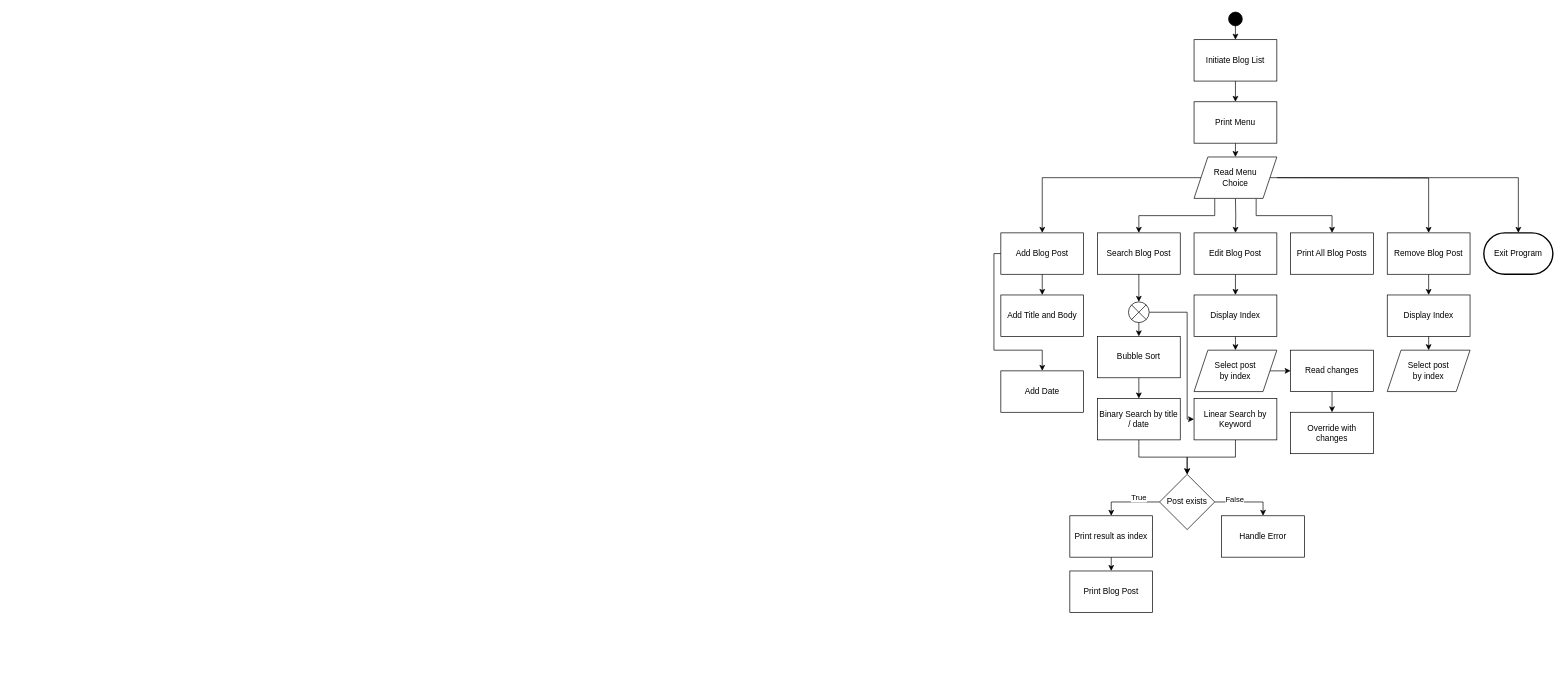
Before: Blog.drawio in rwiman/Blog-Csharp, a draw.io diagram. Source tidied: cells renumbered, new cells numbered last; positions are measured from the earlier drawing's top-left corner, leaving out a move shared by most shapes. Both pictures are drawn from the tidied source at 69%, with x=0, y=0 at pixel (994, 12).
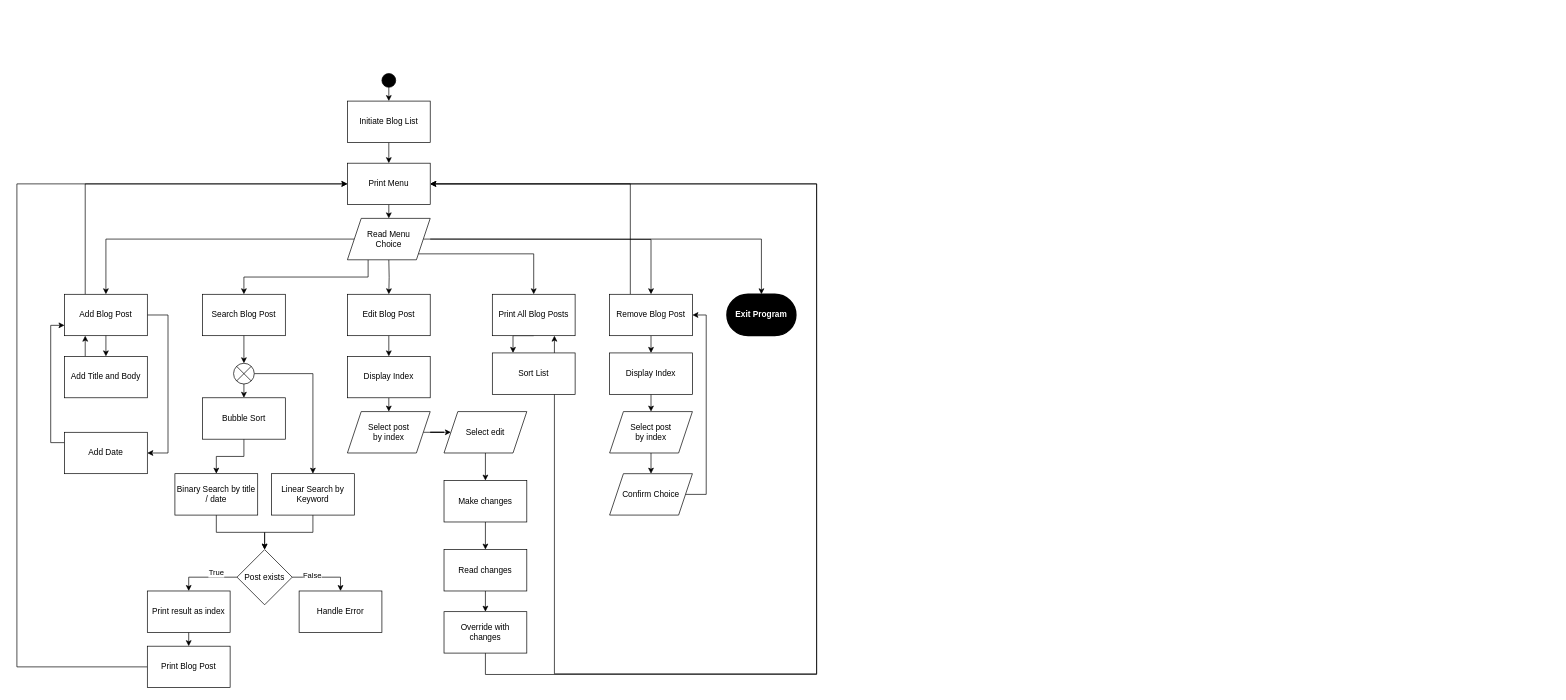
The same diagram, later.

The edit, as a diff of the source:
```diff
@@
     <mxCell id="3" style="ellipse;whiteSpace=wrap;html=1;fillColor=#000000;" parent="1" vertex="1">
-      <mxGeometry x="340" width="20" height="20" as="geometry" />
+      <mxGeometry x="-887" y="89" width="20" height="20" as="geometry" />
     </mxCell>
-    <mxCell id="4" style="edgeStyle=orthogonalEdgeStyle;rounded=0;jettySize=auto;html=1;exitX=0;exitY=0.5;exitDx=0;exitDy=0;" parent="1" edge="1" source="5" target="23">
+    <mxCell id="4" style="edgeStyle=orthogonalEdgeStyle;rounded=0;jettySize=auto;html=1;exitX=1;exitY=0.5;exitDx=0;exitDy=0;entryX=1;entryY=0.5;entryDx=0;entryDy=0;" parent="1" edge="1" source="5" target="23">
       <mxGeometry relative="1" as="geometry">
         <Array as="points">
-          <mxPoint y="350" />
-          <mxPoint y="490" />
-          <mxPoint x="70" y="490" />
+          <mxPoint x="-1197" y="439" />
+          <mxPoint x="-1197" y="639" />
         </Array>
       </mxGeometry>
     </mxCell>
+    <mxCell id="58" style="edgeStyle=orthogonalEdgeStyle;rounded=0;jettySize=auto;html=1;exitX=0.25;exitY=0;exitDx=0;exitDy=0;entryX=0;entryY=0.5;entryDx=0;entryDy=0;" parent="1" edge="1" source="5" target="44">
+      <mxGeometry relative="1" as="geometry" />
+    </mxCell>
     <mxCell id="5" value="Add Blog Post" style="rounded=0;whiteSpace=wrap;html=1;" parent="1" vertex="1">
-      <mxGeometry x="10" y="320" width="120" height="60" as="geometry" />
+      <mxGeometry x="-1347" y="409" width="120" height="60" as="geometry" />
     </mxCell>
@@
     <mxCell id="7" value="Search Blog Post" style="rounded=0;whiteSpace=wrap;html=1;" parent="1" vertex="1">
-      <mxGeometry x="150" y="320" width="120" height="60" as="geometry" />
+      <mxGeometry x="-1147" y="409" width="120" height="60" as="geometry" />
     </mxCell>
@@
     <mxCell id="9" value="Edit Blog Post" style="rounded=0;whiteSpace=wrap;html=1;" parent="1" vertex="1">
-      <mxGeometry x="290" y="320" width="120" height="60" as="geometry" />
+      <mxGeometry x="-937" y="409" width="120" height="60" as="geometry" />
     </mxCell>
@@
+    <mxCell id="59" style="edgeStyle=orthogonalEdgeStyle;rounded=0;jettySize=auto;html=1;exitX=0.25;exitY=0;exitDx=0;exitDy=0;entryX=1;entryY=0.5;entryDx=0;entryDy=0;" parent="1" edge="1" source="11" target="44">
+      <mxGeometry relative="1" as="geometry" />
+    </mxCell>
     <mxCell id="11" value="Remove Blog Post" style="rounded=0;whiteSpace=wrap;html=1;" parent="1" vertex="1">
-      <mxGeometry x="570" y="320" width="120" height="60" as="geometry" />
+      <mxGeometry x="-557" y="409" width="120" height="60" as="geometry" />
     </mxCell>
+    <mxCell id="60" style="edgeStyle=orthogonalEdgeStyle;rounded=0;jettySize=auto;html=1;exitX=0.5;exitY=1;exitDx=0;exitDy=0;entryX=0.25;entryY=0;entryDx=0;entryDy=0;" parent="1" edge="1" source="12" target="69">
+      <mxGeometry relative="1" as="geometry" />
+    </mxCell>
     <mxCell id="12" value="Print All Blog Posts" style="rounded=0;whiteSpace=wrap;html=1;" parent="1" vertex="1">
-      <mxGeometry x="430" y="320" width="120" height="60" as="geometry" />
+      <mxGeometry x="-727" y="409" width="120" height="60" as="geometry" />
     </mxCell>
-    <mxCell id="13" style="edgeStyle=orthogonalEdgeStyle;rounded=0;jettySize=auto;html=1;exitX=0;exitY=0.5;exitDx=0;exitDy=0;entryX=0.5;entryY=0;entryDx=0;entryDy=0;" parent="1" edge="1" source="42" target="5">
-      <mxGeometry relative="1" as="geometry" />
-    </mxCell>
@@
     <mxCell id="15" style="edgeStyle=orthogonalEdgeStyle;rounded=0;jettySize=auto;html=1;exitX=0.5;exitY=1;exitDx=0;exitDy=0;entryX=0.5;entryY=0;entryDx=0;entryDy=0;" parent="1" edge="1" target="9">
       <mxGeometry relative="1" as="geometry">
-        <mxPoint x="350" y="270" as="sourcePoint" />
+        <mxPoint x="-877" y="359" as="sourcePoint" />
       </mxGeometry>
     </mxCell>
-    <mxCell id="16" style="edgeStyle=orthogonalEdgeStyle;rounded=0;jettySize=auto;html=1;exitX=0.75;exitY=1;exitDx=0;exitDy=0;entryX=0.5;entryY=0;entryDx=0;entryDy=0;" parent="1" edge="1" source="42" target="12">
-      <mxGeometry relative="1" as="geometry" />
-    </mxCell>
     <mxCell id="17" style="edgeStyle=orthogonalEdgeStyle;rounded=0;jettySize=auto;html=1;exitX=1;exitY=0.5;exitDx=0;exitDy=0;entryX=0.5;entryY=0;entryDx=0;entryDy=0;" parent="1" edge="1" target="11">
       <mxGeometry relative="1" as="geometry">
-        <mxPoint x="410" y="240" as="sourcePoint" />
+        <mxPoint x="-817" y="329" as="sourcePoint" />
       </mxGeometry>
     </mxCell>
     <mxCell id="18" style="edgeStyle=orthogonalEdgeStyle;rounded=0;orthogonalLoop=1;jettySize=auto;html=1;exitX=0.5;exitY=0;exitDx=0;exitDy=0;" parent="1" edge="1">
       <mxGeometry relative="1" as="geometry">
-        <mxPoint x="350" y="210" as="sourcePoint" />
-        <mxPoint x="350" y="209.3" as="targetPoint" />
+        <mxPoint x="-877" y="299" as="sourcePoint" />
+        <mxPoint x="-877" y="298.3" as="targetPoint" />
       </mxGeometry>
     </mxCell>
     <mxCell id="19" style="edgeStyle=orthogonalEdgeStyle;rounded=0;jettySize=auto;html=1;exitX=0.25;exitY=1;exitDx=0;exitDy=0;entryX=0.25;entryY=1;entryDx=0;entryDy=0;" parent="1" edge="1" target="42">
       <mxGeometry relative="1" as="geometry">
-        <mxPoint x="320" y="270" as="sourcePoint" />
+        <mxPoint x="-907" y="359" as="sourcePoint" />
       </mxGeometry>
     </mxCell>
@@
     <mxCell id="21" value="Initiate Blog List" style="rounded=0;whiteSpace=wrap;html=1;" parent="1" vertex="1">
-      <mxGeometry x="290" y="40" width="120" height="60" as="geometry" />
+      <mxGeometry x="-937" y="129" width="120" height="60" as="geometry" />
     </mxCell>
+    <mxCell id="61" style="edgeStyle=orthogonalEdgeStyle;rounded=0;jettySize=auto;html=1;exitX=0.25;exitY=0;exitDx=0;exitDy=0;entryX=0.25;entryY=1;entryDx=0;entryDy=0;" parent="1" edge="1" source="22" target="5">
+      <mxGeometry relative="1" as="geometry" />
+    </mxCell>
     <mxCell id="22" value="Add Title and Body" style="rounded=0;whiteSpace=wrap;html=1;" parent="1" vertex="1">
-      <mxGeometry x="10" y="410" width="120" height="60" as="geometry" />
+      <mxGeometry x="-1347" y="499" width="120" height="60" as="geometry" />
     </mxCell>
+    <mxCell id="62" style="edgeStyle=orthogonalEdgeStyle;rounded=0;jettySize=auto;html=1;exitX=0;exitY=0.25;exitDx=0;exitDy=0;entryX=0;entryY=0.75;entryDx=0;entryDy=0;" parent="1" edge="1" source="23" target="5">
+      <mxGeometry relative="1" as="geometry" />
+    </mxCell>
     <mxCell id="23" value="Add Date" style="rounded=0;whiteSpace=wrap;html=1;" parent="1" vertex="1">
-      <mxGeometry x="10" y="520" width="120" height="60" as="geometry" />
+      <mxGeometry x="-1347" y="609" width="120" height="60" as="geometry" />
     </mxCell>
@@
     <mxCell id="25" value="Binary Search by title / date" style="rounded=0;whiteSpace=wrap;html=1;" parent="1" vertex="1">
-      <mxGeometry x="150" y="560" width="120" height="60" as="geometry" />
+      <mxGeometry x="-1187" y="669" width="120" height="60" as="geometry" />
     </mxCell>
@@
     <mxCell id="27" value="Linear Search by Keyword" style="rounded=0;whiteSpace=wrap;html=1;" parent="1" vertex="1">
-      <mxGeometry x="290" y="560" width="120" height="60" as="geometry" />
+      <mxGeometry x="-1047" y="669" width="120" height="60" as="geometry" />
     </mxCell>
@@
     <mxCell id="29" value="Bubble Sort" style="rounded=0;whiteSpace=wrap;html=1;" parent="1" vertex="1">
-      <mxGeometry x="150" y="470" width="120" height="60" as="geometry" />
+      <mxGeometry x="-1147" y="559" width="120" height="60" as="geometry" />
     </mxCell>
@@
     <mxCell id="31" value="Print result as index" style="rounded=0;whiteSpace=wrap;html=1;" parent="1" vertex="1">
-      <mxGeometry x="110" y="730" width="120" height="60" as="geometry" />
+      <mxGeometry x="-1227" y="839" width="120" height="60" as="geometry" />
     </mxCell>
@@
+    <mxCell id="63" style="edgeStyle=orthogonalEdgeStyle;rounded=0;jettySize=auto;html=1;exitX=0;exitY=0.5;exitDx=0;exitDy=0;entryX=0;entryY=0.5;entryDx=0;entryDy=0;" parent="1" edge="1" source="33" target="44">
+      <mxGeometry relative="1" as="geometry">
+        <Array as="points">
+          <mxPoint x="-1416" y="949" />
+          <mxPoint x="-1416" y="249" />
+        </Array>
+      </mxGeometry>
+    </mxCell>
     <mxCell id="33" value="Print Blog Post" style="rounded=0;whiteSpace=wrap;html=1;" parent="1" vertex="1">
-      <mxGeometry x="110" y="810" width="120" height="60" as="geometry" />
+      <mxGeometry x="-1227" y="919" width="120" height="60" as="geometry" />
     </mxCell>
@@
     <mxCell id="38" value="Post exists" style="rhombus;whiteSpace=wrap;html=1;" parent="1" vertex="1">
-      <mxGeometry x="240" y="670" width="80" height="80" as="geometry" />
+      <mxGeometry x="-1097" y="779" width="80" height="80" as="geometry" />
     </mxCell>
     <mxCell id="39" value="Handle Error" style="rounded=0;whiteSpace=wrap;html=1;" parent="1" vertex="1">
-      <mxGeometry x="330" y="730" width="120" height="60" as="geometry" />
+      <mxGeometry x="-1007" y="839" width="120" height="60" as="geometry" />
     </mxCell>
-    <mxCell id="40" value="Exit Program" style="strokeWidth=2;html=1;shape=mxgraph.flowchart.terminator;whiteSpace=wrap;" parent="1" vertex="1">
-      <mxGeometry x="710" y="320" width="100" height="60" as="geometry" />
+    <mxCell id="40" value="Exit Program" style="strokeWidth=2;html=1;shape=mxgraph.flowchart.terminator;whiteSpace=wrap;fillColor=#000000;fontColor=#FFFFFF;fontStyle=1;" parent="1" vertex="1">
+      <mxGeometry x="-387" y="409" width="100" height="60" as="geometry" />
     </mxCell>
@@
+    <mxCell id="16" style="edgeStyle=orthogonalEdgeStyle;rounded=0;jettySize=auto;html=1;exitX=1;exitY=1;exitDx=0;exitDy=0;" parent="1" edge="1" source="42" target="12">
+      <mxGeometry relative="1" as="geometry" />
+    </mxCell>
+    <mxCell id="13" style="edgeStyle=orthogonalEdgeStyle;rounded=0;jettySize=auto;html=1;exitX=0;exitY=0.5;exitDx=0;exitDy=0;entryX=0.5;entryY=0;entryDx=0;entryDy=0;" parent="1" edge="1" source="42" target="5">
+      <mxGeometry relative="1" as="geometry" />
+    </mxCell>
     <mxCell id="42" value="Read Menu &lt;br&gt;Choice" style="shape=parallelogram;perimeter=parallelogramPerimeter;whiteSpace=wrap;html=1;fixedSize=1;" parent="1" vertex="1">
-      <mxGeometry x="290" y="210" width="120" height="60" as="geometry" />
+      <mxGeometry x="-937" y="299" width="120" height="60" as="geometry" />
     </mxCell>
@@
     <mxCell id="44" value="Print Menu" style="rounded=0;whiteSpace=wrap;html=1;" parent="1" vertex="1">
-      <mxGeometry x="290" y="130" width="120" height="60" as="geometry" />
+      <mxGeometry x="-937" y="219" width="120" height="60" as="geometry" />
     </mxCell>
@@
     <mxCell id="46" value="Display Index" style="rounded=0;whiteSpace=wrap;html=1;" parent="1" vertex="1">
-      <mxGeometry x="290" y="410" width="120" height="60" as="geometry" />
+      <mxGeometry x="-937" y="499" width="120" height="60" as="geometry" />
     </mxCell>
@@
     <mxCell id="48" value="Display Index" style="rounded=0;whiteSpace=wrap;html=1;" parent="1" vertex="1">
-      <mxGeometry x="570" y="410" width="120" height="60" as="geometry" />
+      <mxGeometry x="-557" y="494" width="120" height="60" as="geometry" />
     </mxCell>
-    <mxCell id="49" style="edgeStyle=orthogonalEdgeStyle;rounded=0;jettySize=auto;html=1;exitX=1;exitY=0.5;exitDx=0;exitDy=0;entryX=0;entryY=0.5;entryDx=0;entryDy=0;" parent="1" edge="1" source="50" target="56">
-      <mxGeometry relative="1" as="geometry" />
-    </mxCell>
+    <mxCell id="64" style="edgeStyle=orthogonalEdgeStyle;rounded=0;jettySize=auto;html=1;exitX=1;exitY=0.5;exitDx=0;exitDy=0;" parent="1" edge="1" source="50" target="73">
+      <mxGeometry relative="1" as="geometry" />
+    </mxCell>
     <mxCell id="50" value="Select post &lt;br&gt;by index" style="shape=parallelogram;perimeter=parallelogramPerimeter;whiteSpace=wrap;html=1;fixedSize=1;" parent="1" vertex="1">
-      <mxGeometry x="290" y="490" width="120" height="60" as="geometry" />
+      <mxGeometry x="-937" y="579" width="120" height="60" as="geometry" />
     </mxCell>
+    <mxCell id="65" style="edgeStyle=orthogonalEdgeStyle;rounded=0;jettySize=auto;html=1;exitX=0.5;exitY=1;exitDx=0;exitDy=0;entryX=0.5;entryY=0;entryDx=0;entryDy=0;" parent="1" edge="1" source="51" target="71">
+      <mxGeometry relative="1" as="geometry" />
+    </mxCell>
     <mxCell id="51" value="Select post &lt;br&gt;by index" style="shape=parallelogram;perimeter=parallelogramPerimeter;whiteSpace=wrap;html=1;fixedSize=1;" parent="1" vertex="1">
-      <mxGeometry x="570" y="490" width="120" height="60" as="geometry" />
+      <mxGeometry x="-557" y="579" width="120" height="60" as="geometry" />
     </mxCell>
-    <mxCell id="52" style="edgeStyle=orthogonalEdgeStyle;rounded=0;jettySize=auto;html=1;exitX=1;exitY=0.5;exitDx=0;exitDy=0;exitPerimeter=0;entryX=0;entryY=0.5;entryDx=0;entryDy=0;" parent="1" edge="1" source="53" target="27">
-      <mxGeometry relative="1" as="geometry">
-        <Array as="points">
-          <mxPoint x="280" y="435" />
-          <mxPoint x="280" y="590" />
-        </Array>
-      </mxGeometry>
+    <mxCell id="52" style="edgeStyle=orthogonalEdgeStyle;rounded=0;jettySize=auto;html=1;exitX=1;exitY=0.5;exitDx=0;exitDy=0;exitPerimeter=0;" parent="1" edge="1" source="53" target="27">
+      <mxGeometry relative="1" as="geometry" />
     </mxCell>
     <mxCell id="53" style="verticalLabelPosition=bottom;verticalAlign=top;html=1;shape=mxgraph.flowchart.or;" parent="1" vertex="1">
-      <mxGeometry x="195" y="420" width="30" height="30" as="geometry" />
+      <mxGeometry x="-1102" y="509" width="30" height="30" as="geometry" />
     </mxCell>
@@
     <mxCell id="56" value="Read changes" style="rounded=0;whiteSpace=wrap;html=1;" parent="1" vertex="1">
-      <mxGeometry x="430" y="490" width="120" height="60" as="geometry" />
+      <mxGeometry x="-797" y="779" width="120" height="60" as="geometry" />
     </mxCell>
+    <mxCell id="66" style="edgeStyle=orthogonalEdgeStyle;rounded=0;jettySize=auto;html=1;exitX=0.5;exitY=1;exitDx=0;exitDy=0;entryX=1;entryY=0.5;entryDx=0;entryDy=0;" parent="1" edge="1" source="57" target="44">
+      <mxGeometry relative="1" as="geometry">
+        <Array as="points">
+          <mxPoint x="-737" y="960" />
+          <mxPoint x="-257" y="960" />
+          <mxPoint x="-257" y="249" />
+        </Array>
+      </mxGeometry>
+    </mxCell>
     <mxCell id="57" value="Override with &lt;br&gt;changes" style="rounded=0;whiteSpace=wrap;html=1;" parent="1" vertex="1">
-      <mxGeometry x="430" y="580" width="120" height="60" as="geometry" />
+      <mxGeometry x="-797" y="869" width="120" height="60" as="geometry" />
     </mxCell>
+    <mxCell id="67" style="edgeStyle=orthogonalEdgeStyle;rounded=0;jettySize=auto;html=1;exitX=0.75;exitY=0;exitDx=0;exitDy=0;entryX=0.75;entryY=1;entryDx=0;entryDy=0;" parent="1" edge="1" source="69" target="12">
+      <mxGeometry relative="1" as="geometry" />
+    </mxCell>
+    <mxCell id="68" style="edgeStyle=orthogonalEdgeStyle;rounded=0;jettySize=auto;html=1;exitX=0.75;exitY=1;exitDx=0;exitDy=0;entryX=1;entryY=0.5;entryDx=0;entryDy=0;" parent="1" edge="1" source="69" target="44">
+      <mxGeometry relative="1" as="geometry">
+        <Array as="points">
+          <mxPoint x="-637" y="959" />
+          <mxPoint x="-257" y="959" />
+          <mxPoint x="-257" y="249" />
+        </Array>
+      </mxGeometry>
+    </mxCell>
+    <mxCell id="69" value="Sort List" style="rounded=0;whiteSpace=wrap;html=1;" parent="1" vertex="1">
+      <mxGeometry x="-727" y="494" width="120" height="60" as="geometry" />
+    </mxCell>
+    <mxCell id="70" style="edgeStyle=orthogonalEdgeStyle;rounded=0;jettySize=auto;html=1;exitX=1;exitY=0.5;exitDx=0;exitDy=0;entryX=1;entryY=0.5;entryDx=0;entryDy=0;" parent="1" edge="1" source="71" target="11">
+      <mxGeometry relative="1" as="geometry">
+        <Array as="points">
+          <mxPoint x="-417" y="699" />
+          <mxPoint x="-417" y="439" />
+        </Array>
+      </mxGeometry>
+    </mxCell>
+    <mxCell id="71" value="Confirm Choice" style="shape=parallelogram;perimeter=parallelogramPerimeter;whiteSpace=wrap;html=1;fixedSize=1;" parent="1" vertex="1">
+      <mxGeometry x="-557" y="669" width="120" height="60" as="geometry" />
+    </mxCell>
+    <mxCell id="72" style="edgeStyle=orthogonalEdgeStyle;rounded=0;jettySize=auto;html=1;exitX=0.5;exitY=1;exitDx=0;exitDy=0;entryX=0.5;entryY=0;entryDx=0;entryDy=0;" parent="1" edge="1" source="73" target="75">
+      <mxGeometry relative="1" as="geometry" />
+    </mxCell>
+    <mxCell id="73" value="Select edit" style="shape=parallelogram;perimeter=parallelogramPerimeter;whiteSpace=wrap;html=1;fixedSize=1;" parent="1" vertex="1">
+      <mxGeometry x="-797" y="579" width="120" height="60" as="geometry" />
+    </mxCell>
+    <mxCell id="74" style="edgeStyle=orthogonalEdgeStyle;rounded=0;jettySize=auto;html=1;exitX=0.5;exitY=1;exitDx=0;exitDy=0;entryX=0.5;entryY=0;entryDx=0;entryDy=0;" parent="1" edge="1" source="75" target="56">
+      <mxGeometry relative="1" as="geometry" />
+    </mxCell>
+    <mxCell id="75" value="Make changes" style="rounded=0;whiteSpace=wrap;html=1;" parent="1" vertex="1">
+      <mxGeometry x="-797" y="679" width="120" height="60" as="geometry" />
+    </mxCell>
```
